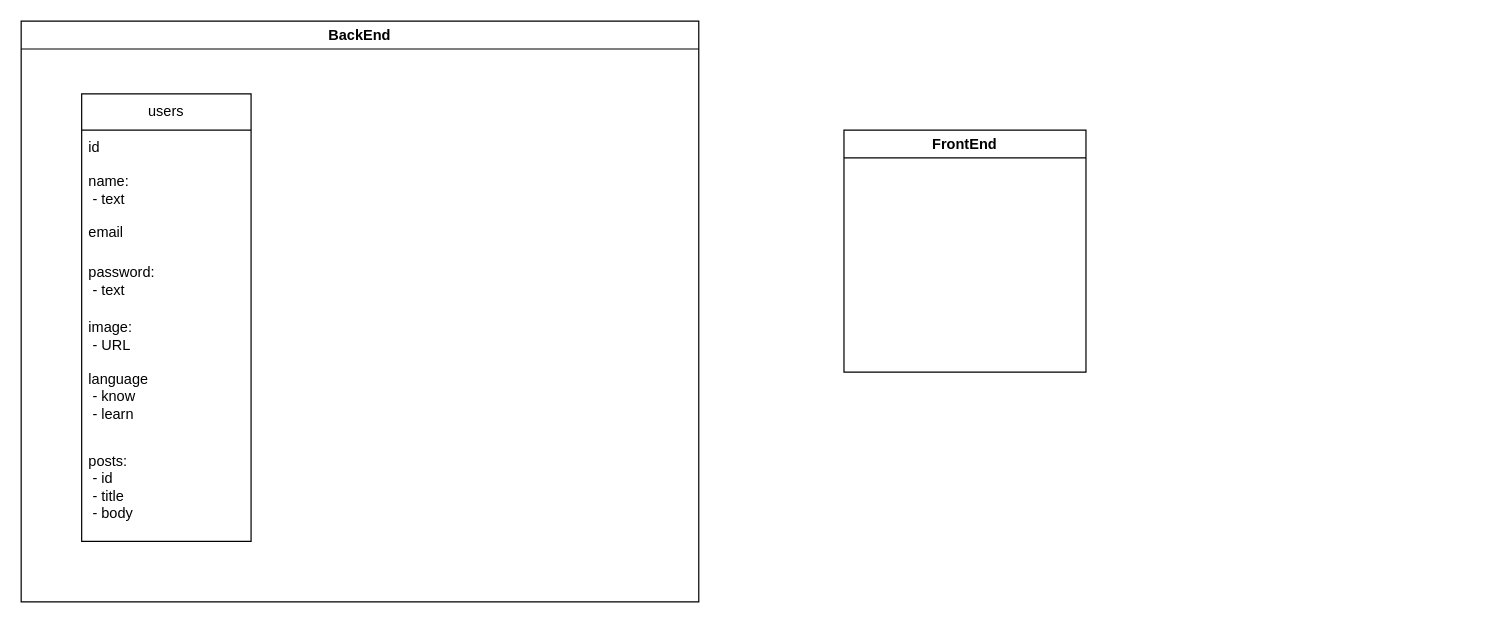
The draw.io diagram API.drawio in happy436/vue3-ypa, before the edit. Source tidied: cells renumbered, new cells numbered last; positions are measured from the earlier drawing's top-left corner, leaving out a move shared by most shapes. Both pictures are drawn from the tidied source at 121%, with x=0, y=0 at pixel (21, 21).
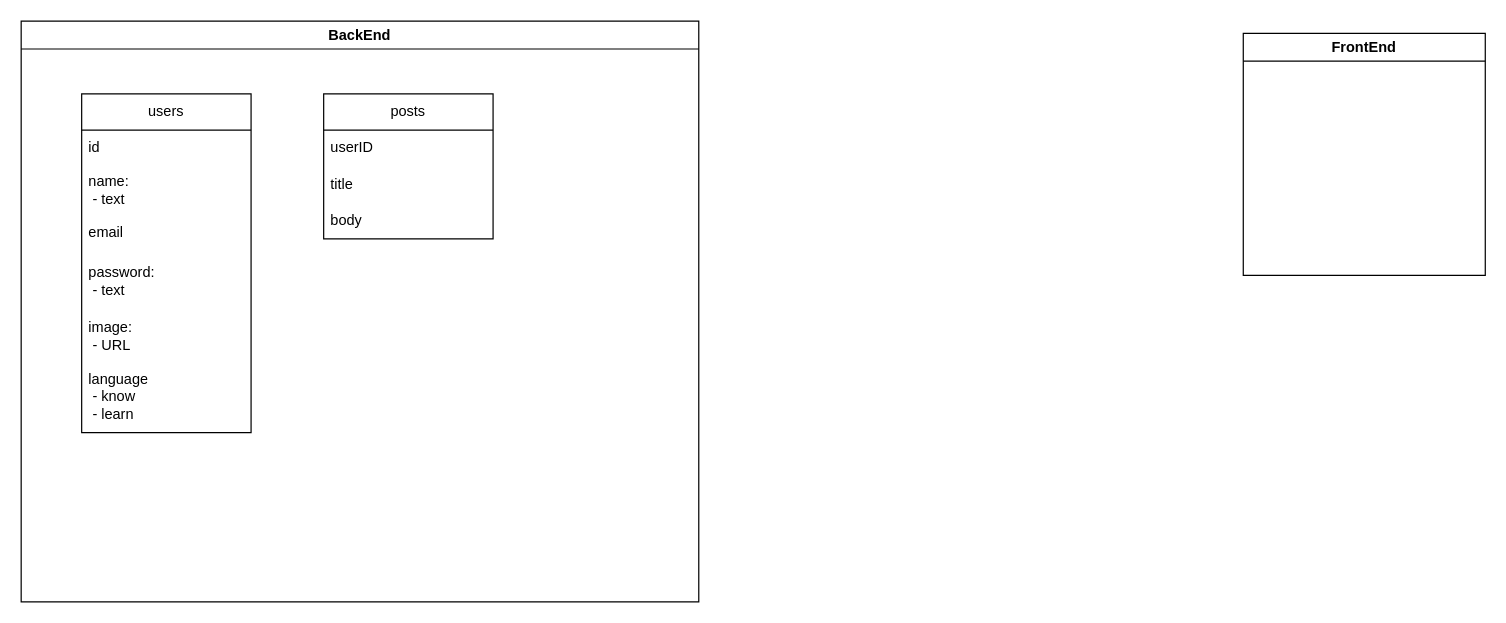
Above is the later version.

Diff of the diagram source:
```diff
@@
 <mxGraphModel>
   <root>
     <mxCell id="0" />
     <mxCell id="1" parent="0" />
     <mxCell id="2" value="BackEnd" style="swimlane;whiteSpace=wrap;html=1;" parent="1" vertex="1">
       <mxGeometry width="560" height="480" as="geometry" />
     </mxCell>
     <mxCell id="3" value="users" style="swimlane;fontStyle=0;horizontal=1;startSize=30;whiteSpace=wrap;html=1;" parent="2" vertex="1">
-      <mxGeometry x="50" y="60" width="140" height="370" as="geometry" />
+      <mxGeometry x="50" y="60" width="140" height="280" as="geometry" />
     </mxCell>
     <mxCell id="4" value="id" style="text;strokeColor=none;fillColor=none;align=left;verticalAlign=middle;spacingLeft=4;spacingRight=4;overflow=hidden;whiteSpace=wrap;html=1;" parent="3" vertex="1">
       <mxGeometry y="30" width="140" height="30" as="geometry" />
     </mxCell>
     <mxCell id="5" value="name:&lt;br&gt;&lt;span style=&quot;&quot;&gt; &lt;/span&gt;&lt;span style=&quot;white-space: pre;&quot;&gt; &lt;/span&gt;- text" style="text;strokeColor=none;fillColor=none;align=left;verticalAlign=middle;spacingLeft=4;spacingRight=4;overflow=hidden;whiteSpace=wrap;html=1;" parent="3" vertex="1">
       <mxGeometry y="60" width="140" height="40" as="geometry" />
     </mxCell>
     <mxCell id="6" value="email" style="text;strokeColor=none;fillColor=none;align=left;verticalAlign=middle;spacingLeft=4;spacingRight=4;overflow=hidden;whiteSpace=wrap;html=1;" parent="3" vertex="1">
       <mxGeometry y="100" width="140" height="30" as="geometry" />
     </mxCell>
     <mxCell id="7" value="password:&lt;br&gt;&lt;span style=&quot;white-space: pre;&quot;&gt; &lt;/span&gt;- text" style="text;strokeColor=none;fillColor=none;align=left;verticalAlign=middle;spacingLeft=4;spacingRight=4;overflow=hidden;whiteSpace=wrap;html=1;" parent="3" vertex="1">
       <mxGeometry y="130" width="140" height="50" as="geometry" />
     </mxCell>
     <mxCell id="8" value="image:&lt;br&gt;&lt;span style=&quot;white-space: pre;&quot;&gt; &lt;/span&gt;- URL" style="text;strokeColor=none;fillColor=none;align=left;verticalAlign=middle;spacingLeft=4;spacingRight=4;overflow=hidden;whiteSpace=wrap;html=1;" parent="3" vertex="1">
       <mxGeometry y="180" width="140" height="40" as="geometry" />
     </mxCell>
     <mxCell id="9" value="language&lt;br&gt;&lt;span style=&quot;white-space: pre;&quot;&gt; &lt;/span&gt;- know&lt;br&gt;&lt;span style=&quot;white-space: pre;&quot;&gt; &lt;/span&gt;- learn" style="text;strokeColor=none;fillColor=none;align=left;verticalAlign=middle;spacingLeft=4;spacingRight=4;overflow=hidden;whiteSpace=wrap;html=1;" parent="3" vertex="1">
       <mxGeometry y="220" width="140" height="60" as="geometry" />
     </mxCell>
-    <mxCell id="10" value="posts:&lt;br&gt;&lt;span style=&quot;white-space: pre;&quot;&gt; &lt;/span&gt;- id&lt;br&gt;&lt;span style=&quot;white-space: pre;&quot;&gt; &lt;/span&gt;- title&lt;br&gt;&lt;span style=&quot;white-space: pre;&quot;&gt; &lt;/span&gt;- body" style="text;strokeColor=none;fillColor=none;align=left;verticalAlign=middle;spacingLeft=4;spacingRight=4;overflow=hidden;whiteSpace=wrap;html=1;" parent="3" vertex="1">
-      <mxGeometry y="280" width="140" height="90" as="geometry" />
-    </mxCell>
+    <mxCell id="12" value="posts" style="swimlane;fontStyle=0;horizontal=1;startSize=30;whiteSpace=wrap;html=1;" parent="2" vertex="1">
+      <mxGeometry x="250" y="60" width="140" height="120" as="geometry" />
+    </mxCell>
+    <mxCell id="13" value="userID" style="text;strokeColor=none;fillColor=none;align=left;verticalAlign=middle;spacingLeft=4;spacingRight=4;overflow=hidden;whiteSpace=wrap;html=1;" parent="12" vertex="1">
+      <mxGeometry y="30" width="140" height="30" as="geometry" />
+    </mxCell>
+    <mxCell id="14" value="title" style="text;strokeColor=none;fillColor=none;align=left;verticalAlign=middle;spacingLeft=4;spacingRight=4;overflow=hidden;whiteSpace=wrap;html=1;" parent="12" vertex="1">
+      <mxGeometry y="60" width="140" height="30" as="geometry" />
+    </mxCell>
+    <mxCell id="15" value="body" style="text;strokeColor=none;fillColor=none;align=left;verticalAlign=middle;spacingLeft=4;spacingRight=4;overflow=hidden;whiteSpace=wrap;html=1;" parent="12" vertex="1">
+      <mxGeometry y="90" width="140" height="30" as="geometry" />
+    </mxCell>
     <mxCell id="11" value="FrontEnd" style="swimlane;whiteSpace=wrap;html=1;" parent="1" vertex="1">
-      <mxGeometry x="680" y="90" width="200" height="200" as="geometry" />
+      <mxGeometry x="1010" y="10" width="200" height="200" as="geometry" />
     </mxCell>
   </root>
 </mxGraphModel>
```
